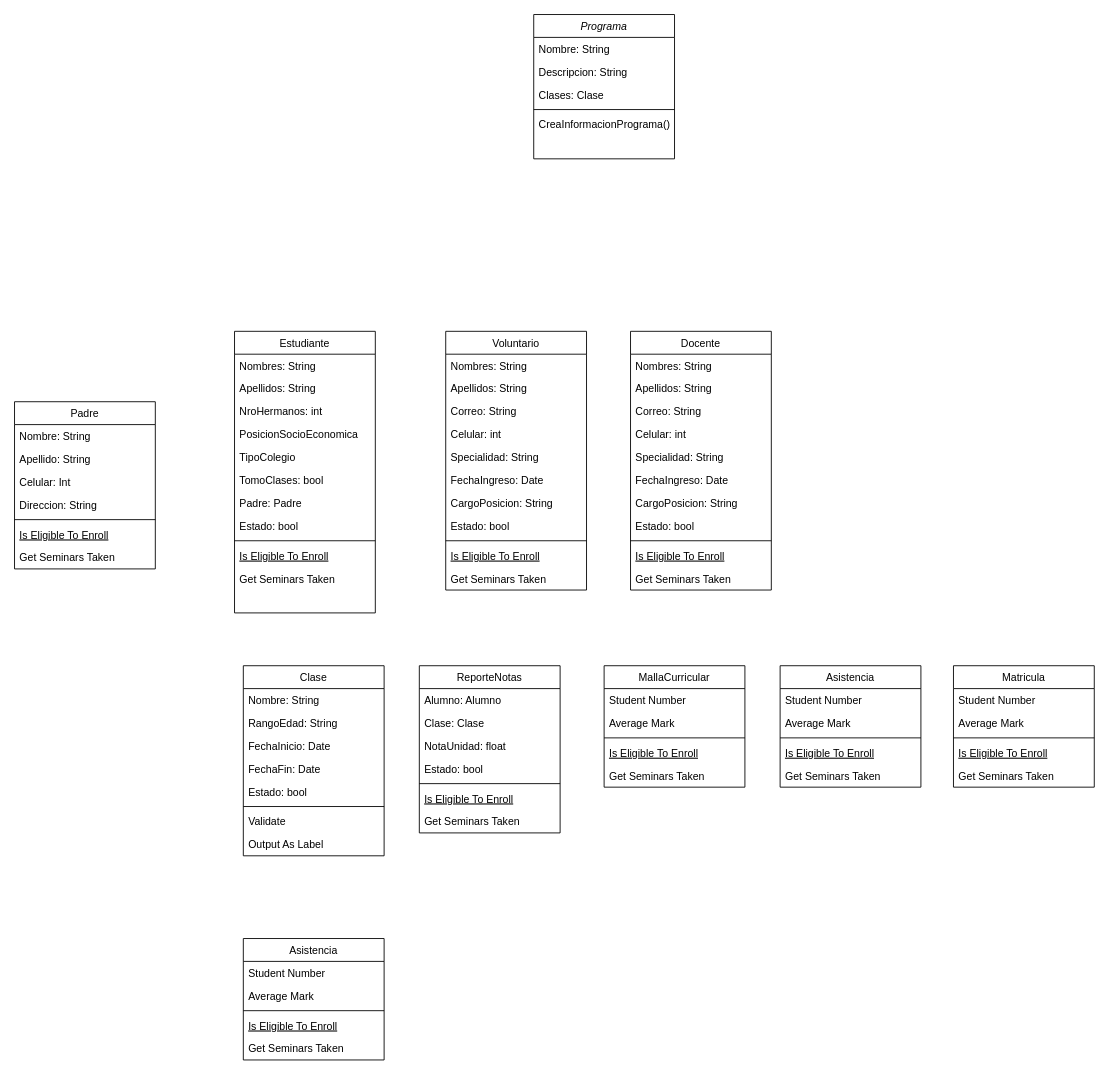
The draw.io diagram diagrama_classes.drawio in NoheliaEstefhania/Learnify, before the edit. Source tidied: cells renumbered, new cells numbered last; positions are measured from the earlier drawing's top-left corner, leaving out a move shared by most shapes. Both pictures are drawn from the tidied source at 88%, with x=0, y=0 at pixel (14, 14).
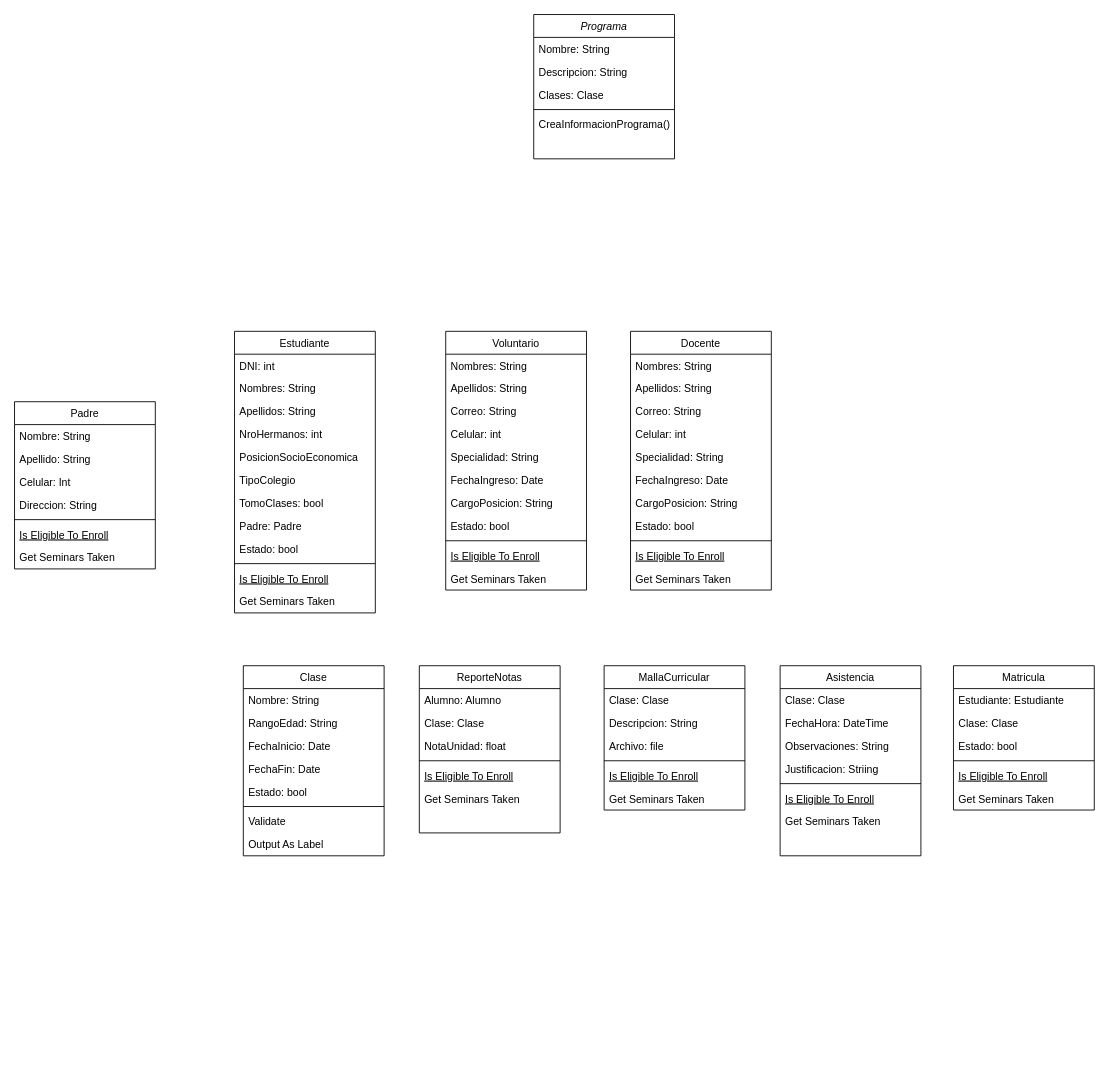
The same diagram, later.

The change refers to these unchanged cells:
```xml
<mxCell id="8" value="Estudiante" style="swimlane;fontStyle=0;align=center;verticalAlign=top;horizontal=1;startSize=26;rounded=0;shadow=0;strokeWidth=1;" parent="1" vertex="1">
  <mxGeometry x="250" y="360" width="160" height="320" as="geometry" />
</mxCell>
<mxCell id="41" value="ReporteNotas" style="swimlane;fontStyle=0;align=center;verticalAlign=top;horizontal=1;startSize=26;rounded=0;shadow=0;strokeWidth=1;" parent="1" vertex="1">
  <mxGeometry x="460" y="740" width="160" height="190" as="geometry" />
</mxCell>
```

Diff of the diagram source:
```diff
@@
+    <mxCell id="93" value="DNI: int" style="text;align=left;verticalAlign=top;spacingLeft=4;spacingRight=4;overflow=hidden;" parent="8" vertex="1">
+      <mxGeometry y="26" width="160" height="26" as="geometry" />
+    </mxCell>
     <mxCell id="9" value="Nombres: String" style="text;align=left;verticalAlign=top;spacingLeft=4;spacingRight=4;overflow=hidden;" parent="8" vertex="1">
-      <mxGeometry y="26" width="160" height="26" as="geometry" />
+      <mxGeometry y="52" width="160" height="26" as="geometry" />
     </mxCell>
     <mxCell id="10" value="Apellidos: String" style="text;align=left;verticalAlign=top;spacingLeft=4;spacingRight=4;overflow=hidden;rounded=0;shadow=0;html=0;" parent="8" vertex="1">
-      <mxGeometry y="52" width="160" height="26" as="geometry" />
+      <mxGeometry y="78" width="160" height="26" as="geometry" />
     </mxCell>
     <mxCell id="11" value="NroHermanos: int" style="text;align=left;verticalAlign=top;spacingLeft=4;spacingRight=4;overflow=hidden;rounded=0;shadow=0;html=0;" parent="8" vertex="1">
-      <mxGeometry y="78" width="160" height="26" as="geometry" />
+      <mxGeometry y="104" width="160" height="26" as="geometry" />
     </mxCell>
     <mxCell id="12" value="PosicionSocioEconomica" style="text;align=left;verticalAlign=top;spacingLeft=4;spacingRight=4;overflow=hidden;rounded=0;shadow=0;html=0;" parent="8" vertex="1">
-      <mxGeometry y="104" width="160" height="26" as="geometry" />
+      <mxGeometry y="130" width="160" height="26" as="geometry" />
     </mxCell>
     <mxCell id="13" value="TipoColegio" style="text;align=left;verticalAlign=top;spacingLeft=4;spacingRight=4;overflow=hidden;rounded=0;shadow=0;html=0;" parent="8" vertex="1">
-      <mxGeometry y="130" width="160" height="26" as="geometry" />
+      <mxGeometry y="156" width="160" height="26" as="geometry" />
     </mxCell>
     <mxCell id="14" value="TomoClases: bool" style="text;align=left;verticalAlign=top;spacingLeft=4;spacingRight=4;overflow=hidden;rounded=0;shadow=0;html=0;" parent="8" vertex="1">
-      <mxGeometry y="156" width="160" height="26" as="geometry" />
+      <mxGeometry y="182" width="160" height="26" as="geometry" />
     </mxCell>
     <mxCell id="15" value="Padre: Padre" style="text;align=left;verticalAlign=top;spacingLeft=4;spacingRight=4;overflow=hidden;rounded=0;shadow=0;html=0;" parent="8" vertex="1">
-      <mxGeometry y="182" width="160" height="26" as="geometry" />
+      <mxGeometry y="208" width="160" height="26" as="geometry" />
     </mxCell>
     <mxCell id="16" value="Estado: bool" style="text;align=left;verticalAlign=top;spacingLeft=4;spacingRight=4;overflow=hidden;rounded=0;shadow=0;html=0;" parent="8" vertex="1">
-      <mxGeometry y="208" width="160" height="26" as="geometry" />
+      <mxGeometry y="234" width="160" height="26" as="geometry" />
     </mxCell>
     <mxCell id="17" style="line;html=1;strokeWidth=1;align=left;verticalAlign=middle;spacingTop=-1;spacingLeft=3;spacingRight=3;labelPosition=right;" parent="8" vertex="1">
-      <mxGeometry y="234" width="160" height="8" as="geometry" />
+      <mxGeometry y="260" width="160" height="8" as="geometry" />
     </mxCell>
     <mxCell id="18" value="Is Eligible To Enroll" style="text;align=left;verticalAlign=top;spacingLeft=4;spacingRight=4;overflow=hidden;fontStyle=4;" parent="8" vertex="1">
-      <mxGeometry y="242" width="160" height="26" as="geometry" />
+      <mxGeometry y="268" width="160" height="26" as="geometry" />
     </mxCell>
     <mxCell id="19" value="Get Seminars Taken" style="text;align=left;verticalAlign=top;spacingLeft=4;spacingRight=4;overflow=hidden;" parent="8" vertex="1">
-      <mxGeometry y="268" width="160" height="26" as="geometry" />
+      <mxGeometry y="294" width="160" height="26" as="geometry" />
     </mxCell>
@@
-    <mxCell id="45" value="Estado: bool" style="text;align=left;verticalAlign=top;spacingLeft=4;spacingRight=4;overflow=hidden;rounded=0;shadow=0;html=0;" parent="41" vertex="1">
-      <mxGeometry y="104" width="160" height="26" as="geometry" />
-    </mxCell>
     <mxCell id="46" style="line;html=1;strokeWidth=1;align=left;verticalAlign=middle;spacingTop=-1;spacingLeft=3;spacingRight=3;labelPosition=right;" parent="41" vertex="1">
-      <mxGeometry y="130" width="160" height="8" as="geometry" />
+      <mxGeometry y="104" width="160" height="8" as="geometry" />
     </mxCell>
     <mxCell id="47" value="Is Eligible To Enroll" style="text;align=left;verticalAlign=top;spacingLeft=4;spacingRight=4;overflow=hidden;fontStyle=4;" parent="41" vertex="1">
-      <mxGeometry y="138" width="160" height="26" as="geometry" />
+      <mxGeometry y="112" width="160" height="26" as="geometry" />
     </mxCell>
     <mxCell id="48" value="Get Seminars Taken" style="text;align=left;verticalAlign=top;spacingLeft=4;spacingRight=4;overflow=hidden;" parent="41" vertex="1">
-      <mxGeometry y="164" width="160" height="26" as="geometry" />
+      <mxGeometry y="138" width="160" height="26" as="geometry" />
     </mxCell>
     <mxCell id="49" value="MallaCurricular" style="swimlane;fontStyle=0;align=center;verticalAlign=top;horizontal=1;startSize=26;rounded=0;shadow=0;strokeWidth=1;" parent="1" vertex="1">
-      <mxGeometry x="670" y="740" width="160" height="138" as="geometry" />
+      <mxGeometry x="670" y="740" width="160" height="164" as="geometry" />
     </mxCell>
-    <mxCell id="50" value="Student Number" style="text;align=left;verticalAlign=top;spacingLeft=4;spacingRight=4;overflow=hidden;" parent="49" vertex="1">
+    <mxCell id="50" value="Clase: Clase" style="text;align=left;verticalAlign=top;spacingLeft=4;spacingRight=4;overflow=hidden;" parent="49" vertex="1">
       <mxGeometry y="26" width="160" height="26" as="geometry" />
     </mxCell>
+    <mxCell id="94" value="Descripcion: String" style="text;align=left;verticalAlign=top;spacingLeft=4;spacingRight=4;overflow=hidden;rounded=0;shadow=0;html=0;" parent="49" vertex="1">
+      <mxGeometry y="52" width="160" height="26" as="geometry" />
+    </mxCell>
-    <mxCell id="51" value="Average Mark" style="text;align=left;verticalAlign=top;spacingLeft=4;spacingRight=4;overflow=hidden;rounded=0;shadow=0;html=0;" parent="49" vertex="1">
-      <mxGeometry y="52" width="160" height="26" as="geometry" />
+    <mxCell id="51" value="Archivo: file" style="text;align=left;verticalAlign=top;spacingLeft=4;spacingRight=4;overflow=hidden;rounded=0;shadow=0;html=0;" parent="49" vertex="1">
+      <mxGeometry y="78" width="160" height="26" as="geometry" />
     </mxCell>
     <mxCell id="52" style="line;html=1;strokeWidth=1;align=left;verticalAlign=middle;spacingTop=-1;spacingLeft=3;spacingRight=3;labelPosition=right;" parent="49" vertex="1">
-      <mxGeometry y="78" width="160" height="8" as="geometry" />
+      <mxGeometry y="104" width="160" height="8" as="geometry" />
     </mxCell>
     <mxCell id="53" value="Is Eligible To Enroll" style="text;align=left;verticalAlign=top;spacingLeft=4;spacingRight=4;overflow=hidden;fontStyle=4;" parent="49" vertex="1">
-      <mxGeometry y="86" width="160" height="26" as="geometry" />
+      <mxGeometry y="112" width="160" height="26" as="geometry" />
     </mxCell>
     <mxCell id="54" value="Get Seminars Taken" style="text;align=left;verticalAlign=top;spacingLeft=4;spacingRight=4;overflow=hidden;" parent="49" vertex="1">
-      <mxGeometry y="112" width="160" height="26" as="geometry" />
+      <mxGeometry y="138" width="160" height="26" as="geometry" />
     </mxCell>
     <mxCell id="55" value="Asistencia" style="swimlane;fontStyle=0;align=center;verticalAlign=top;horizontal=1;startSize=26;rounded=0;shadow=0;strokeWidth=1;" parent="1" vertex="1">
-      <mxGeometry x="870" y="740" width="160" height="138" as="geometry" />
+      <mxGeometry x="870" y="740" width="160" height="216" as="geometry" />
     </mxCell>
-    <mxCell id="56" value="Student Number" style="text;align=left;verticalAlign=top;spacingLeft=4;spacingRight=4;overflow=hidden;" parent="55" vertex="1">
+    <mxCell id="56" value="Clase: Clase" style="text;align=left;verticalAlign=top;spacingLeft=4;spacingRight=4;overflow=hidden;" parent="55" vertex="1">
       <mxGeometry y="26" width="160" height="26" as="geometry" />
     </mxCell>
-    <mxCell id="57" value="Average Mark" style="text;align=left;verticalAlign=top;spacingLeft=4;spacingRight=4;overflow=hidden;rounded=0;shadow=0;html=0;" parent="55" vertex="1">
+    <mxCell id="57" value="FechaHora: DateTime" style="text;align=left;verticalAlign=top;spacingLeft=4;spacingRight=4;overflow=hidden;rounded=0;shadow=0;html=0;" parent="55" vertex="1">
       <mxGeometry y="52" width="160" height="26" as="geometry" />
     </mxCell>
+    <mxCell id="95" value="Observaciones: String" style="text;align=left;verticalAlign=top;spacingLeft=4;spacingRight=4;overflow=hidden;rounded=0;shadow=0;html=0;" parent="55" vertex="1">
+      <mxGeometry y="78" width="160" height="26" as="geometry" />
+    </mxCell>
+    <mxCell id="96" value="Justificacion: Striing" style="text;align=left;verticalAlign=top;spacingLeft=4;spacingRight=4;overflow=hidden;rounded=0;shadow=0;html=0;" parent="55" vertex="1">
+      <mxGeometry y="104" width="160" height="26" as="geometry" />
+    </mxCell>
     <mxCell id="58" style="line;html=1;strokeWidth=1;align=left;verticalAlign=middle;spacingTop=-1;spacingLeft=3;spacingRight=3;labelPosition=right;" parent="55" vertex="1">
-      <mxGeometry y="78" width="160" height="8" as="geometry" />
+      <mxGeometry y="130" width="160" height="8" as="geometry" />
     </mxCell>
     <mxCell id="59" value="Is Eligible To Enroll" style="text;align=left;verticalAlign=top;spacingLeft=4;spacingRight=4;overflow=hidden;fontStyle=4;" parent="55" vertex="1">
-      <mxGeometry y="86" width="160" height="26" as="geometry" />
+      <mxGeometry y="138" width="160" height="26" as="geometry" />
     </mxCell>
     <mxCell id="60" value="Get Seminars Taken" style="text;align=left;verticalAlign=top;spacingLeft=4;spacingRight=4;overflow=hidden;" parent="55" vertex="1">
-      <mxGeometry y="112" width="160" height="26" as="geometry" />
+      <mxGeometry y="164" width="160" height="26" as="geometry" />
     </mxCell>
-    <mxCell id="61" value="Asistencia" style="swimlane;fontStyle=0;align=center;verticalAlign=top;horizontal=1;startSize=26;rounded=0;shadow=0;strokeWidth=1;" parent="1" vertex="1">
-      <mxGeometry x="260" y="1050" width="160" height="138" as="geometry" />
-    </mxCell>
-    <mxCell id="62" value="Student Number" style="text;align=left;verticalAlign=top;spacingLeft=4;spacingRight=4;overflow=hidden;" parent="61" vertex="1">
-      <mxGeometry y="26" width="160" height="26" as="geometry" />
-    </mxCell>
-    <mxCell id="63" value="Average Mark" style="text;align=left;verticalAlign=top;spacingLeft=4;spacingRight=4;overflow=hidden;rounded=0;shadow=0;html=0;" parent="61" vertex="1">
-      <mxGeometry y="52" width="160" height="26" as="geometry" />
-    </mxCell>
-    <mxCell id="64" style="line;html=1;strokeWidth=1;align=left;verticalAlign=middle;spacingTop=-1;spacingLeft=3;spacingRight=3;labelPosition=right;" parent="61" vertex="1">
-      <mxGeometry y="78" width="160" height="8" as="geometry" />
-    </mxCell>
-    <mxCell id="65" value="Is Eligible To Enroll" style="text;align=left;verticalAlign=top;spacingLeft=4;spacingRight=4;overflow=hidden;fontStyle=4;" parent="61" vertex="1">
-      <mxGeometry y="86" width="160" height="26" as="geometry" />
-    </mxCell>
-    <mxCell id="66" value="Get Seminars Taken" style="text;align=left;verticalAlign=top;spacingLeft=4;spacingRight=4;overflow=hidden;" parent="61" vertex="1">
-      <mxGeometry y="112" width="160" height="26" as="geometry" />
-    </mxCell>
     <mxCell id="67" value="Matricula" style="swimlane;fontStyle=0;align=center;verticalAlign=top;horizontal=1;startSize=26;rounded=0;shadow=0;strokeWidth=1;" parent="1" vertex="1">
-      <mxGeometry x="1067" y="740" width="160" height="138" as="geometry" />
+      <mxGeometry x="1067" y="740" width="160" height="164" as="geometry" />
     </mxCell>
-    <mxCell id="68" value="Student Number" style="text;align=left;verticalAlign=top;spacingLeft=4;spacingRight=4;overflow=hidden;" parent="67" vertex="1">
+    <mxCell id="68" value="Estudiante: Estudiante" style="text;align=left;verticalAlign=top;spacingLeft=4;spacingRight=4;overflow=hidden;" parent="67" vertex="1">
       <mxGeometry y="26" width="160" height="26" as="geometry" />
     </mxCell>
+    <mxCell id="97" value="Clase: Clase" style="text;align=left;verticalAlign=top;spacingLeft=4;spacingRight=4;overflow=hidden;rounded=0;shadow=0;html=0;" parent="67" vertex="1">
+      <mxGeometry y="52" width="160" height="26" as="geometry" />
+    </mxCell>
-    <mxCell id="69" value="Average Mark" style="text;align=left;verticalAlign=top;spacingLeft=4;spacingRight=4;overflow=hidden;rounded=0;shadow=0;html=0;" parent="67" vertex="1">
-      <mxGeometry y="52" width="160" height="26" as="geometry" />
+    <mxCell id="69" value="Estado: bool" style="text;align=left;verticalAlign=top;spacingLeft=4;spacingRight=4;overflow=hidden;rounded=0;shadow=0;html=0;" parent="67" vertex="1">
+      <mxGeometry y="78" width="160" height="26" as="geometry" />
     </mxCell>
     <mxCell id="70" style="line;html=1;strokeWidth=1;align=left;verticalAlign=middle;spacingTop=-1;spacingLeft=3;spacingRight=3;labelPosition=right;" parent="67" vertex="1">
-      <mxGeometry y="78" width="160" height="8" as="geometry" />
+      <mxGeometry y="104" width="160" height="8" as="geometry" />
     </mxCell>
     <mxCell id="71" value="Is Eligible To Enroll" style="text;align=left;verticalAlign=top;spacingLeft=4;spacingRight=4;overflow=hidden;fontStyle=4;" parent="67" vertex="1">
-      <mxGeometry y="86" width="160" height="26" as="geometry" />
+      <mxGeometry y="112" width="160" height="26" as="geometry" />
     </mxCell>
     <mxCell id="72" value="Get Seminars Taken" style="text;align=left;verticalAlign=top;spacingLeft=4;spacingRight=4;overflow=hidden;" parent="67" vertex="1">
-      <mxGeometry y="112" width="160" height="26" as="geometry" />
+      <mxGeometry y="138" width="160" height="26" as="geometry" />
     </mxCell>
```
